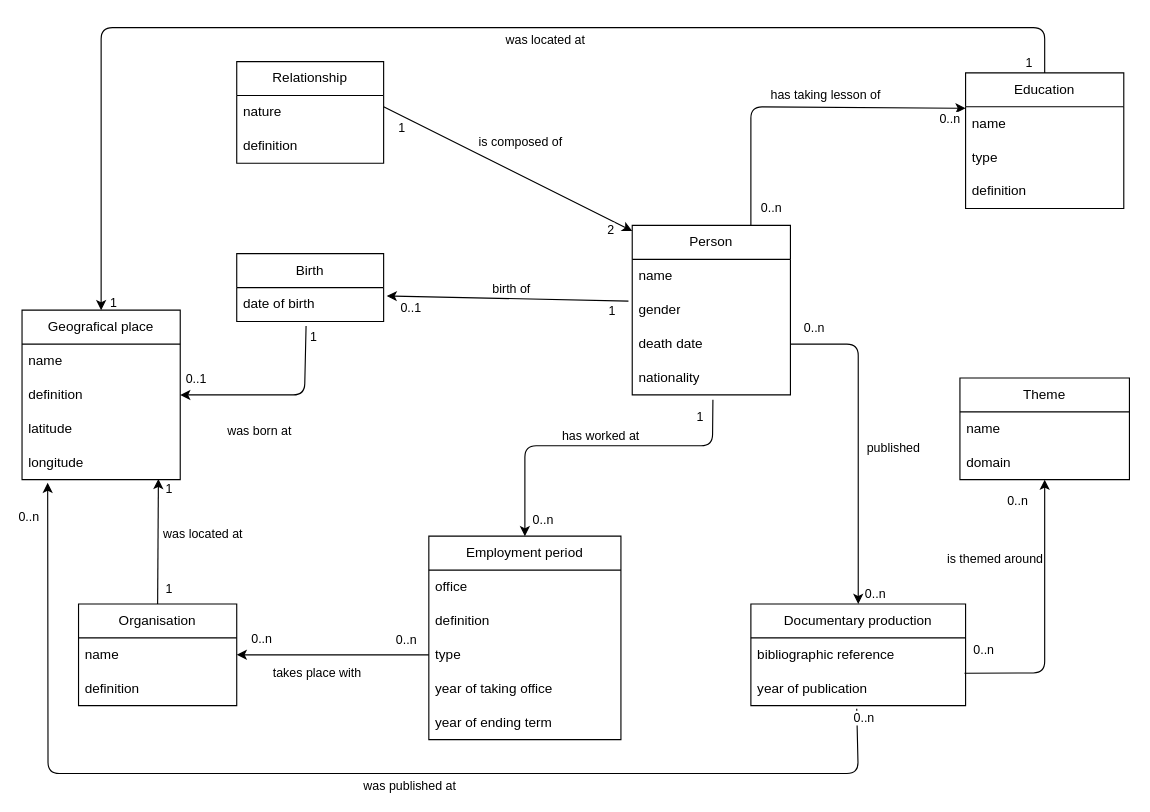
This is archivist.drawio from mroylem/archivist, a draw.io file, before an edit. Source tidied: cells renumbered, new cells numbered last; positions are measured from the earlier drawing's top-left corner, leaving out a move shared by most shapes. Both pictures are drawn from the tidied source at 113%, with x=0, y=0 at pixel (21, 27).
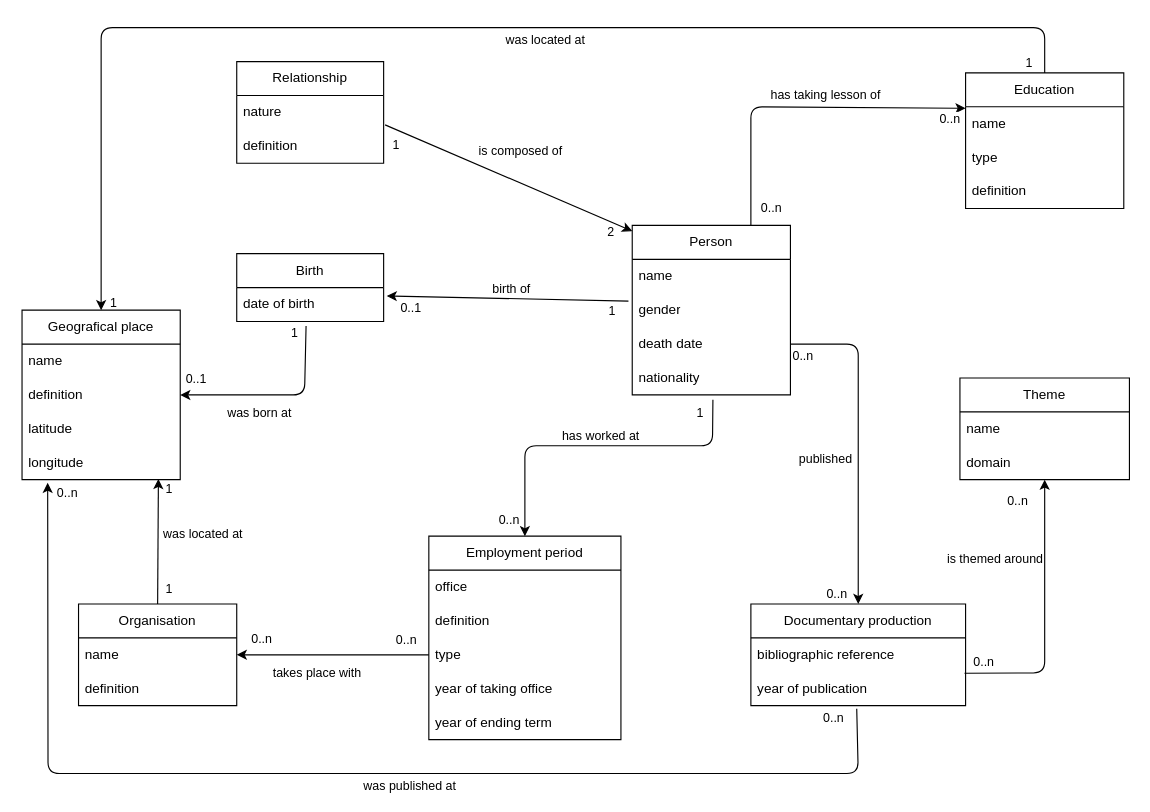
After the change.

The change refers to these unchanged cells:
```xml
<mxCell id="8" value="nature" style="text;strokeColor=none;fillColor=none;align=left;verticalAlign=middle;spacingLeft=4;spacingRight=4;overflow=hidden;points=[[0,0.5],[1,0.5]];portConstraint=eastwest;whiteSpace=wrap;html=1;" parent="7" vertex="1">
  <mxGeometry y="30" width="130" height="30" as="geometry" />
</mxCell>
<mxCell id="32" style="endArrow=classic;html=1;entryX=0.5;entryY=0;entryDx=0;entryDy=0;exitX=0.51;exitY=1.144;exitDx=0;exitDy=0;exitPerimeter=0;" parent="1" edge="1" source="6" target="26">
  <mxGeometry relative="1" as="geometry">
    <Array as="points">
      <mxPoint x="611" y="370" />
      <mxPoint x="445" y="370" />
    </Array>
  </mxGeometry>
</mxCell>
<mxCell id="39" style="endArrow=classic;html=1;entryX=0.5;entryY=0;entryDx=0;entryDy=0;exitX=1;exitY=0.5;exitDx=0;exitDy=0;" parent="1" edge="1" source="5" target="36">
  <mxGeometry relative="1" as="geometry">
    <Array as="points">
      <mxPoint x="740" y="280" />
    </Array>
  </mxGeometry>
</mxCell>
<mxCell id="54" style="edgeStyle=none;html=1;entryX=1;entryY=0.5;entryDx=0;entryDy=0;exitX=0.472;exitY=1.133;exitDx=0;exitDy=0;exitPerimeter=0;" parent="1" edge="1" source="49" target="45">
  <mxGeometry relative="1" as="geometry">
    <Array as="points">
      <mxPoint x="250" y="325" />
    </Array>
  </mxGeometry>
</mxCell>
<mxCell id="61" style="endArrow=classic;html=1;exitX=0.493;exitY=1.089;exitDx=0;exitDy=0;exitPerimeter=0;entryX=0.162;entryY=1.089;entryDx=0;entryDy=0;entryPerimeter=0;" parent="1" edge="1" source="38" target="47">
  <mxGeometry relative="1" as="geometry">
    <Array as="points">
      <mxPoint x="740" y="660" />
      <mxPoint x="23" y="660" />
    </Array>
  </mxGeometry>
</mxCell>
<mxCell id="76" style="edgeStyle=none;html=1;entryX=0.5;entryY=1;entryDx=0;entryDy=0;entryPerimeter=0;exitX=0.995;exitY=0.044;exitDx=0;exitDy=0;exitPerimeter=0;" parent="1" edge="1" source="38" target="60">
  <mxGeometry relative="1" as="geometry">
    <Array as="points">
      <mxPoint x="905" y="571" />
    </Array>
  </mxGeometry>
</mxCell>
```

Diff of the diagram source:
```diff
@@
-    <mxCell id="10" style="edgeStyle=none;html=1;exitX=1;exitY=0.5;exitDx=0;exitDy=0;entryX=0;entryY=0;entryDx=0;entryDy=0;" parent="1" edge="1">
+    <mxCell id="10" style="edgeStyle=none;html=1;exitX=1.01;exitY=0.867;exitDx=0;exitDy=0;entryX=0;entryY=0;entryDx=0;entryDy=0;exitPerimeter=0;" parent="1" edge="1" source="8">
       <mxGeometry relative="1" as="geometry">
-        <mxPoint x="320" y="70" as="sourcePoint" />
         <mxPoint x="540" y="180" as="targetPoint" />
       </mxGeometry>
     </mxCell>
     <mxCell id="11" value="1" style="edgeLabel;html=1;align=center;verticalAlign=middle;" parent="10" vertex="1">
       <mxGeometry x="-0.84" relative="1" as="geometry">
-        <mxPoint x="-2" y="10" as="offset" />
+        <mxPoint x="-8" y="10" as="offset" />
       </mxGeometry>
     </mxCell>
@@
     <mxCell id="33" value="1" style="edgeLabel;html=1;align=center;verticalAlign=middle;" parent="32" vertex="1">
       <mxGeometry x="-0.87" y="4" relative="1" as="geometry">
-        <mxPoint x="-16" y="-4" as="offset" />
+        <mxPoint x="-16" y="-8" as="offset" />
       </mxGeometry>
     </mxCell>
     <mxCell id="34" value="0..n" style="edgeLabel;html=1;align=center;verticalAlign=middle;" parent="32" vertex="1">
       <mxGeometry x="0.81" y="1" relative="1" as="geometry">
-        <mxPoint x="14" y="13" as="offset" />
+        <mxPoint x="-16" y="13" as="offset" />
       </mxGeometry>
     </mxCell>
@@
     <mxCell id="40" value="0..n" style="edgeLabel;html=1;align=center;verticalAlign=middle;rotation=0;" parent="39" vertex="1">
       <mxGeometry x="-0.85" y="1" relative="1" as="geometry">
-        <mxPoint x="-2" y="-14" as="offset" />
+        <mxPoint x="-12" y="11" as="offset" />
       </mxGeometry>
     </mxCell>
     <mxCell id="41" value="published" style="edgeLabel;html=1;align=center;verticalAlign=middle;rotation=0;" parent="39" vertex="1">
       <mxGeometry x="-0.27" relative="1" as="geometry">
-        <mxPoint x="30" y="45" as="offset" />
+        <mxPoint x="-30" y="55" as="offset" />
       </mxGeometry>
     </mxCell>
     <mxCell id="42" value="0..n" style="edgeLabel;html=1;align=center;verticalAlign=middle;rotation=0;" parent="39" vertex="1">
       <mxGeometry x="0.57" relative="1" as="geometry">
-        <mxPoint x="14" y="52" as="offset" />
+        <mxPoint x="-20" y="52" as="offset" />
       </mxGeometry>
     </mxCell>
@@
     <mxCell id="55" value="1" style="edgeLabel;html=1;align=center;verticalAlign=middle;" parent="54" vertex="1">
       <mxGeometry x="-0.85" relative="1" as="geometry">
-        <mxPoint x="6" y="-3" as="offset" />
+        <mxPoint x="-11" y="-7" as="offset" />
       </mxGeometry>
     </mxCell>
@@
     <mxCell id="57" value="was born at" style="edgeLabel;html=1;align=center;verticalAlign=middle;" parent="54" vertex="1">
       <mxGeometry x="-0.28" relative="1" as="geometry">
-        <mxPoint x="-40" y="31" as="offset" />
+        <mxPoint x="-40" y="15" as="offset" />
       </mxGeometry>
     </mxCell>
@@
     <mxCell id="63" value="0..n" style="edgeLabel;html=1;align=center;verticalAlign=middle;" parent="61" vertex="1">
       <mxGeometry x="0.66" y="-1" relative="1" as="geometry">
-        <mxPoint x="-18" y="-146" as="offset" />
+        <mxPoint x="16" y="-167" as="offset" />
       </mxGeometry>
     </mxCell>
     <mxCell id="64" value="0..n" style="edgeLabel;html=1;align=center;verticalAlign=middle;" parent="61" vertex="1">
       <mxGeometry x="-0.84" y="-1" relative="1" as="geometry">
-        <mxPoint x="30" y="-49" as="offset" />
+        <mxPoint x="3" y="-49" as="offset" />
       </mxGeometry>
     </mxCell>
@@
     <mxCell id="77" value="0..n" style="edgeLabel;html=1;align=center;verticalAlign=middle;rotation=0;" parent="76" vertex="1">
       <mxGeometry x="-0.47" y="-1" relative="1" as="geometry">
-        <mxPoint x="-48" y="-22" as="offset" />
+        <mxPoint x="-48" y="-12" as="offset" />
       </mxGeometry>
     </mxCell>
```
